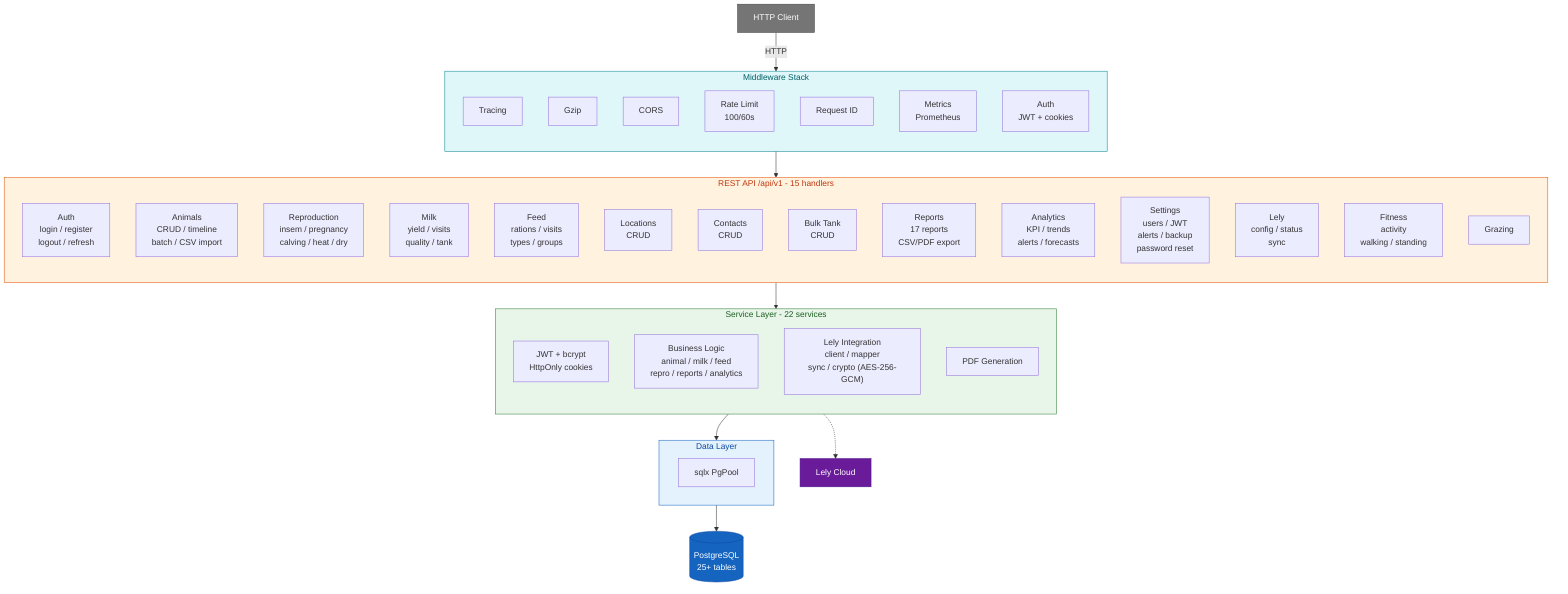
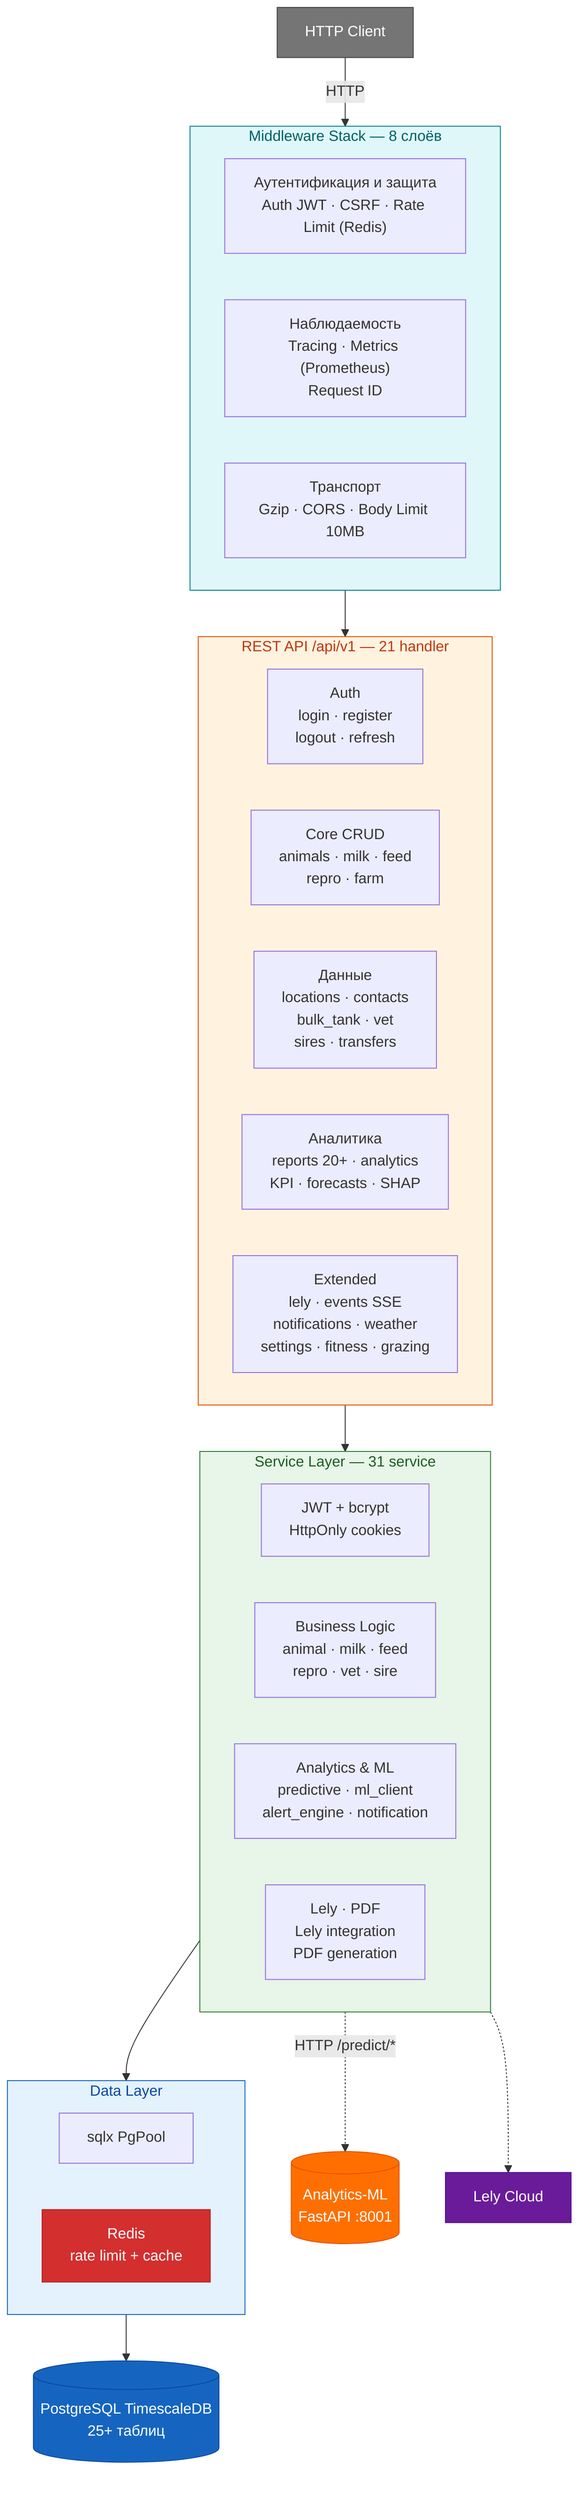
flowchart TB
    Client["HTTP Client"]

-     subgraph MW["Middleware Stack"]
-         direction TB
-         Trace["Tracing"]
-         Compress["Gzip"]
-         CORS["CORS"]
-         RateLimit["Rate Limit\n100/60s"]
-         ReqId["Request ID"]
-         Metrics["Metrics\nPrometheus"]
-         AuthMW["Auth\nJWT + cookies"]
+     subgraph MW["Middleware Stack — 8 слоёв"]
+         direction LR
+         Sec["Аутентификация и защита\nAuth JWT · CSRF · Rate Limit (Redis)"]
+         Obs["Наблюдаемость\nTracing · Metrics (Prometheus)\nRequest ID"]
+         Tpt["Транспорт\nGzip · CORS · Body Limit 10MB"]
    end

-     subgraph API["REST API /api/v1 - 15 handlers"]
-         direction TB
-         AuthAPI["Auth\nlogin / register\nlogout / refresh"]
-         AnimalAPI["Animals\nCRUD / timeline\nbatch / CSV import"]
-         ReproAPI["Reproduction\ninsem / pregnancy\ncalving / heat / dry"]
-         MilkAPI["Milk\nyield / visits\nquality / tank"]
-         FeedAPI["Feed\nrations / visits\ntypes / groups"]
-         LocAPI["Locations\nCRUD"]
-         ContactAPI["Contacts\nCRUD"]
-         BulkTankAPI["Bulk Tank\nCRUD"]
-         ReportAPI["Reports\n17 reports\nCSV/PDF export"]
-         AnalyticsAPI["Analytics\nKPI / trends\nalerts / forecasts"]
-         SettingsAPI["Settings\nusers / JWT\nalerts / backup\npassword reset"]
-         LelyAPI["Lely\nconfig / status\nsync"]
-         FitAPI["Fitness\nactivity\nwalking / standing"]
-         GrazAPI["Grazing"]
+     subgraph API["REST API /api/v1 — 21 handler"]
+         direction LR
+         AuthAPI["Auth\nlogin · register\nlogout · refresh"]
+         CoreAPI["Core CRUD\nanimals · milk · feed\nrepro · farm"]
+         DataAPI["Данные\nlocations · contacts\nbulk_tank · vet\nsires · transfers"]
+         AnalAPI["Аналитика\nreports 20+ · analytics\nKPI · forecasts · SHAP"]
+         ExtAPI["Extended\nlely · events SSE\nnotifications · weather\nsettings · fitness · grazing"]
    end

-     subgraph Svc["Service Layer - 22 services"]
-         direction TB
+     subgraph Svc["Service Layer — 31 service"]
+         direction LR
        AuthSvc["JWT + bcrypt\nHttpOnly cookies"]
-         BusinessSvc["Business Logic\nanimal / milk / feed\nrepro / reports / analytics"]
-         LelySvc["Lely Integration\nclient / mapper\nsync / crypto (AES-256-GCM)"]
-         PdfSvc["PDF Generation"]
+         BizSvc["Business Logic\nanimal · milk · feed\nrepro · vet · sire"]
+         AnSvc["Analytics & ML\npredictive · ml_client\nalert_engine · notification"]
+         ExtSvc["Lely · PDF\nLely integration\nPDF generation"]
    end

    subgraph Data["Data Layer"]
+         direction LR
        PgPool["sqlx PgPool"]
+         RedisCache["Redis\nrate limit + cache"]
    end

-     PG[("PostgreSQL\n25+ tables")]
+     PG[("PostgreSQL TimescaleDB\n25+ таблиц")]
+     ML[("Analytics-ML\nFastAPI :8001")]
    Lely["Lely Cloud"]

    Client -->|"HTTP"| MW
    MW --> API
    API --> Svc
    Svc --> Data
    Data --> PG
-     LelySvc -.-> Lely
+     AnSvc -.->|"HTTP /predict/*"| ML
+     ExtSvc -.-> Lely

    style Client fill:#757575,stroke:#424242,color:#fff
    style MW fill:#e0f7fa,stroke:#00838f,color:#006064
    style API fill:#fff3e0,stroke:#e65100,color:#bf360c
    style Svc fill:#e8f5e9,stroke:#2e7d32,color:#1b5e20
    style Data fill:#e3f2fd,stroke:#1565c0,color:#0d47a1
    style PG fill:#1565c0,stroke:#0d47a1,color:#fff
-     style Lely fill:#6a1b9a,stroke:#4a148c,color:#fff+     style RedisCache fill:#d32f2f,stroke:#b71c1c,color:#fff
+     style ML fill:#ff6f00,stroke:#e65100,color:#fff
+     style Lely fill:#6a1b9a,stroke:#4a148c,color:#fff
